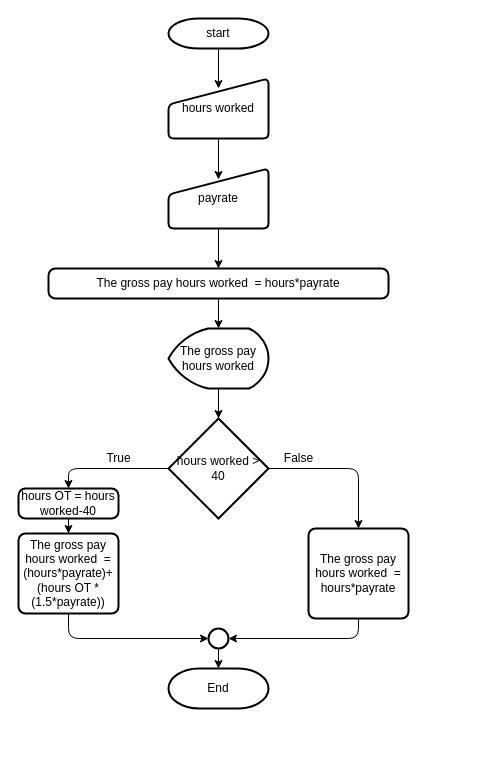
Above: L02/Ex-2.drawio in Thanormsaksudsee/INET-Python (draw.io), before the change. Source tidied: cells renumbered, new cells numbered last; positions are measured from the earlier drawing's top-left corner, leaving out a move shared by most shapes. Both pictures are drawn from the tidied source at 100%, with x=0, y=0 at pixel (18, 18).
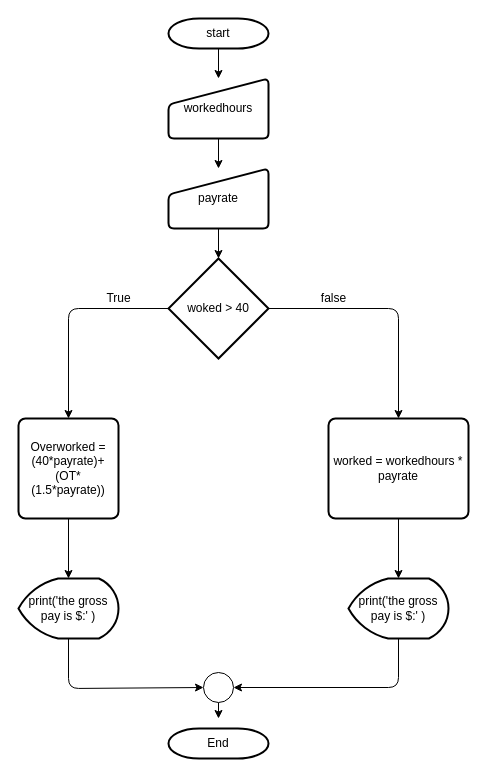
The same diagram, later.

The change refers to these unchanged cells:
```xml
<mxCell id="3" value="start" style="strokeWidth=2;html=1;shape=mxgraph.flowchart.terminator;whiteSpace=wrap;" parent="1" vertex="1">
  <mxGeometry x="150" width="100" height="30" as="geometry" />
</mxCell>
```

Diff of the diagram source:
```diff
@@
-    <mxCell id="2" style="edgeStyle=none;html=1;exitX=0.5;exitY=1;exitDx=0;exitDy=0;exitPerimeter=0;entryX=0.5;entryY=0.167;entryDx=0;entryDy=0;entryPerimeter=0;" parent="1" edge="1" source="3" target="7">
-      <mxGeometry relative="1" as="geometry" />
-    </mxCell>
+    <mxCell id="26" style="edgeStyle=none;html=1;exitX=0.5;exitY=1;exitDx=0;exitDy=0;exitPerimeter=0;" parent="1" edge="1" source="3" target="29">
+      <mxGeometry relative="1" as="geometry" />
+    </mxCell>
@@
-    <mxCell id="4" style="edgeStyle=none;html=1;exitX=0.5;exitY=1;exitDx=0;exitDy=0;entryX=0.5;entryY=0;entryDx=0;entryDy=0;" parent="1" edge="1" source="5" target="9">
-      <mxGeometry relative="1" as="geometry" />
-    </mxCell>
-    <mxCell id="5" value="payrate" style="html=1;strokeWidth=2;shape=manualInput;whiteSpace=wrap;rounded=1;size=26;arcSize=11;" parent="1" vertex="1">
-      <mxGeometry x="150" y="150" width="100" height="60" as="geometry" />
-    </mxCell>
-    <mxCell id="6" style="edgeStyle=none;html=1;exitX=0.5;exitY=1;exitDx=0;exitDy=0;entryX=0.5;entryY=0.183;entryDx=0;entryDy=0;entryPerimeter=0;" parent="1" edge="1" source="7" target="5">
-      <mxGeometry relative="1" as="geometry" />
-    </mxCell>
-    <mxCell id="7" value="hours worked" style="html=1;strokeWidth=2;shape=manualInput;whiteSpace=wrap;rounded=1;size=26;arcSize=11;" parent="1" vertex="1">
-      <mxGeometry x="150" y="60" width="100" height="60" as="geometry" />
-    </mxCell>
-    <mxCell id="8" style="edgeStyle=none;html=1;exitX=0.5;exitY=1;exitDx=0;exitDy=0;entryX=0.5;entryY=0;entryDx=0;entryDy=0;entryPerimeter=0;" parent="1" edge="1" source="9" target="11">
-      <mxGeometry relative="1" as="geometry" />
-    </mxCell>
-    <mxCell id="9" value="&lt;span&gt;The gross pay hours worked&amp;nbsp; = hours*payrate&lt;/span&gt;" style="rounded=1;whiteSpace=wrap;html=1;absoluteArcSize=1;arcSize=14;strokeWidth=2;" parent="1" vertex="1">
-      <mxGeometry x="30" y="250" width="340" height="30" as="geometry" />
-    </mxCell>
-    <mxCell id="10" style="edgeStyle=none;html=1;exitX=0.5;exitY=1;exitDx=0;exitDy=0;exitPerimeter=0;entryX=0.5;entryY=0;entryDx=0;entryDy=0;entryPerimeter=0;" parent="1" edge="1" source="11" target="14">
-      <mxGeometry relative="1" as="geometry" />
-    </mxCell>
-    <mxCell id="11" value="The gross pay hours worked" style="strokeWidth=2;html=1;shape=mxgraph.flowchart.display;whiteSpace=wrap;" parent="1" vertex="1">
-      <mxGeometry x="150" y="310" width="100" height="60" as="geometry" />
-    </mxCell>
-    <mxCell id="12" style="edgeStyle=none;html=1;exitX=1;exitY=0.5;exitDx=0;exitDy=0;exitPerimeter=0;entryX=0.5;entryY=0;entryDx=0;entryDy=0;" parent="1" edge="1" source="14" target="20">
-      <mxGeometry relative="1" as="geometry">
-        <Array as="points">
-          <mxPoint x="340" y="450" />
-        </Array>
-      </mxGeometry>
-    </mxCell>
-    <mxCell id="13" style="edgeStyle=none;html=1;exitX=0;exitY=0.5;exitDx=0;exitDy=0;exitPerimeter=0;entryX=0.5;entryY=0;entryDx=0;entryDy=0;" parent="1" edge="1" source="14" target="25">
-      <mxGeometry relative="1" as="geometry">
-        <Array as="points">
-          <mxPoint x="50" y="450" />
-        </Array>
-      </mxGeometry>
-    </mxCell>
-    <mxCell id="14" value="hours worked &amp;gt; 40" style="strokeWidth=2;html=1;shape=mxgraph.flowchart.decision;whiteSpace=wrap;" parent="1" vertex="1">
-      <mxGeometry x="150" y="400" width="100" height="100" as="geometry" />
-    </mxCell>
+    <mxCell id="27" style="edgeStyle=none;html=1;exitX=0.5;exitY=1;exitDx=0;exitDy=0;entryX=0.5;entryY=0;entryDx=0;entryDy=0;entryPerimeter=0;" parent="1" edge="1" source="24" target="32">
+      <mxGeometry relative="1" as="geometry" />
+    </mxCell>
+    <mxCell id="24" value="payrate" style="html=1;strokeWidth=2;shape=manualInput;whiteSpace=wrap;rounded=1;size=26;arcSize=11;" parent="1" vertex="1">
+      <mxGeometry x="150" y="150" width="100" height="60" as="geometry" />
+    </mxCell>
+    <mxCell id="28" style="edgeStyle=none;html=1;exitX=0.5;exitY=1;exitDx=0;exitDy=0;" parent="1" edge="1" source="29" target="24">
+      <mxGeometry relative="1" as="geometry" />
+    </mxCell>
+    <mxCell id="29" value="workedhours" style="html=1;strokeWidth=2;shape=manualInput;whiteSpace=wrap;rounded=1;size=26;arcSize=11;" parent="1" vertex="1">
+      <mxGeometry x="150" y="60" width="100" height="60" as="geometry" />
+    </mxCell>
+    <mxCell id="30" style="edgeStyle=none;html=1;exitX=0;exitY=0.5;exitDx=0;exitDy=0;exitPerimeter=0;entryX=0.5;entryY=0;entryDx=0;entryDy=0;" parent="1" edge="1" source="32" target="36">
+      <mxGeometry relative="1" as="geometry">
+        <Array as="points">
+          <mxPoint x="50" y="290" />
+        </Array>
+      </mxGeometry>
+    </mxCell>
+    <mxCell id="31" style="edgeStyle=none;html=1;exitX=1;exitY=0.5;exitDx=0;exitDy=0;exitPerimeter=0;entryX=0.5;entryY=0;entryDx=0;entryDy=0;" parent="1" edge="1" source="32" target="34">
+      <mxGeometry relative="1" as="geometry">
+        <Array as="points">
+          <mxPoint x="380" y="290" />
+        </Array>
+      </mxGeometry>
+    </mxCell>
+    <mxCell id="32" value="woked &amp;gt; 40" style="strokeWidth=2;html=1;shape=mxgraph.flowchart.decision;whiteSpace=wrap;" parent="1" vertex="1">
+      <mxGeometry x="150" y="240" width="100" height="100" as="geometry" />
+    </mxCell>
+    <mxCell id="33" style="edgeStyle=none;html=1;exitX=0.5;exitY=1;exitDx=0;exitDy=0;entryX=0.5;entryY=0;entryDx=0;entryDy=0;entryPerimeter=0;" parent="1" edge="1" source="34" target="42">
+      <mxGeometry relative="1" as="geometry" />
+    </mxCell>
+    <mxCell id="34" value="worked = workedhours * payrate" style="rounded=1;whiteSpace=wrap;html=1;absoluteArcSize=1;arcSize=14;strokeWidth=2;" parent="1" vertex="1">
+      <mxGeometry x="310" y="400" width="140" height="100" as="geometry" />
+    </mxCell>
+    <mxCell id="35" style="edgeStyle=none;html=1;exitX=0.5;exitY=1;exitDx=0;exitDy=0;entryX=0.5;entryY=0;entryDx=0;entryDy=0;entryPerimeter=0;" parent="1" edge="1" source="36" target="40">
+      <mxGeometry relative="1" as="geometry" />
+    </mxCell>
+    <mxCell id="36" value="Overworked = (40*payrate)+(OT*(1.5*payrate))" style="rounded=1;whiteSpace=wrap;html=1;absoluteArcSize=1;arcSize=14;strokeWidth=2;" parent="1" vertex="1">
+      <mxGeometry y="400" width="100" height="100" as="geometry" />
+    </mxCell>
     <mxCell id="15" value="End" style="strokeWidth=2;html=1;shape=mxgraph.flowchart.terminator;whiteSpace=wrap;" parent="1" vertex="1">
-      <mxGeometry x="150" y="650" width="100" height="40" as="geometry" />
+      <mxGeometry x="150" y="710" width="100" height="30" as="geometry" />
     </mxCell>
-    <mxCell id="16" value="False" style="text;html=1;align=center;verticalAlign=middle;fillColor=none;strokeColor=none;rounded=0;" parent="1" vertex="1">
-      <mxGeometry x="260" y="430" width="40" height="20" as="geometry" />
-    </mxCell>
-    <mxCell id="17" style="edgeStyle=none;html=1;exitX=0.5;exitY=1;exitDx=0;exitDy=0;" parent="1" edge="1" source="18" target="23">
-      <mxGeometry relative="1" as="geometry">
-        <Array as="points">
-          <mxPoint x="50" y="620" />
-        </Array>
-      </mxGeometry>
-    </mxCell>
-    <mxCell id="18" value="&lt;span&gt;The gross pay hours worked&amp;nbsp; = (hours*payrate)+(hours OT *(1.5*payrate))&lt;/span&gt;" style="rounded=1;whiteSpace=wrap;html=1;absoluteArcSize=1;arcSize=14;strokeWidth=2;" parent="1" vertex="1">
-      <mxGeometry y="515" width="100" height="80" as="geometry" />
-    </mxCell>
-    <mxCell id="19" style="edgeStyle=none;html=1;exitX=0.5;exitY=1;exitDx=0;exitDy=0;entryX=1;entryY=0.5;entryDx=0;entryDy=0;entryPerimeter=0;" parent="1" edge="1" source="20" target="23">
-      <mxGeometry relative="1" as="geometry">
-        <Array as="points">
-          <mxPoint x="340" y="620" />
-        </Array>
-      </mxGeometry>
-    </mxCell>
-    <mxCell id="20" value="&lt;span&gt;The gross pay hours worked&amp;nbsp; = hours*payrate&lt;/span&gt;" style="rounded=1;whiteSpace=wrap;html=1;absoluteArcSize=1;arcSize=14;strokeWidth=2;" parent="1" vertex="1">
-      <mxGeometry x="290" y="510" width="100" height="90" as="geometry" />
-    </mxCell>
+    <mxCell id="37" style="edgeStyle=none;html=1;exitX=0.5;exitY=1;exitDx=0;exitDy=0;exitPerimeter=0;" parent="1" edge="1" source="38">
+      <mxGeometry relative="1" as="geometry">
+        <mxPoint x="200" y="700" as="targetPoint" />
+      </mxGeometry>
+    </mxCell>
+    <mxCell id="38" style="verticalLabelPosition=bottom;verticalAlign=top;html=1;shape=mxgraph.flowchart.on-page_reference;" parent="1" vertex="1">
+      <mxGeometry x="185" y="654" width="30" height="30" as="geometry" />
+    </mxCell>
+    <mxCell id="39" style="edgeStyle=none;html=1;exitX=0.5;exitY=1;exitDx=0;exitDy=0;exitPerimeter=0;entryX=0;entryY=0.5;entryDx=0;entryDy=0;entryPerimeter=0;" parent="1" edge="1" source="40" target="38">
+      <mxGeometry relative="1" as="geometry">
+        <Array as="points">
+          <mxPoint x="50" y="670" />
+        </Array>
+      </mxGeometry>
+    </mxCell>
+    <mxCell id="40" value="print('the gross pay is $:' )" style="strokeWidth=2;html=1;shape=mxgraph.flowchart.display;whiteSpace=wrap;" parent="1" vertex="1">
+      <mxGeometry y="560" width="100" height="60" as="geometry" />
+    </mxCell>
+    <mxCell id="41" style="edgeStyle=none;html=1;exitX=0.5;exitY=1;exitDx=0;exitDy=0;exitPerimeter=0;entryX=1;entryY=0.5;entryDx=0;entryDy=0;entryPerimeter=0;" parent="1" edge="1" source="42" target="38">
+      <mxGeometry relative="1" as="geometry">
+        <Array as="points">
+          <mxPoint x="380" y="669" />
+        </Array>
+      </mxGeometry>
+    </mxCell>
+    <mxCell id="42" value="print('the gross pay is $:' )" style="strokeWidth=2;html=1;shape=mxgraph.flowchart.display;whiteSpace=wrap;" parent="1" vertex="1">
+      <mxGeometry x="330" y="560" width="100" height="60" as="geometry" />
+    </mxCell>
     <mxCell id="21" value="True" style="text;html=1;align=center;verticalAlign=middle;fillColor=none;strokeColor=none;rounded=0;" parent="1" vertex="1">
-      <mxGeometry x="80" y="430" width="40" height="20" as="geometry" />
+      <mxGeometry x="80" y="270" width="40" height="20" as="geometry" />
     </mxCell>
-    <mxCell id="22" style="edgeStyle=none;html=1;exitX=0.5;exitY=1;exitDx=0;exitDy=0;exitPerimeter=0;entryX=0.5;entryY=0;entryDx=0;entryDy=0;entryPerimeter=0;" parent="1" edge="1" source="23" target="15">
-      <mxGeometry relative="1" as="geometry" />
-    </mxCell>
-    <mxCell id="23" style="strokeWidth=2;html=1;shape=mxgraph.flowchart.start_2;whiteSpace=wrap;" parent="1" vertex="1">
-      <mxGeometry x="190" y="610" width="20" height="20" as="geometry" />
-    </mxCell>
-    <mxCell id="24" style="edgeStyle=none;html=1;exitX=0.5;exitY=1;exitDx=0;exitDy=0;entryX=0.5;entryY=0;entryDx=0;entryDy=0;" parent="1" edge="1" source="25" target="18">
-      <mxGeometry relative="1" as="geometry" />
-    </mxCell>
-    <mxCell id="25" value="hours OT = hours worked-40" style="rounded=1;whiteSpace=wrap;html=1;absoluteArcSize=1;arcSize=14;strokeWidth=2;" parent="1" vertex="1">
-      <mxGeometry y="470" width="100" height="30" as="geometry" />
-    </mxCell>
+    <mxCell id="43" value="false" style="text;html=1;align=center;verticalAlign=middle;fillColor=none;strokeColor=none;rounded=0;" parent="1" vertex="1">
+      <mxGeometry x="295" y="270" width="40" height="20" as="geometry" />
+    </mxCell>
```
